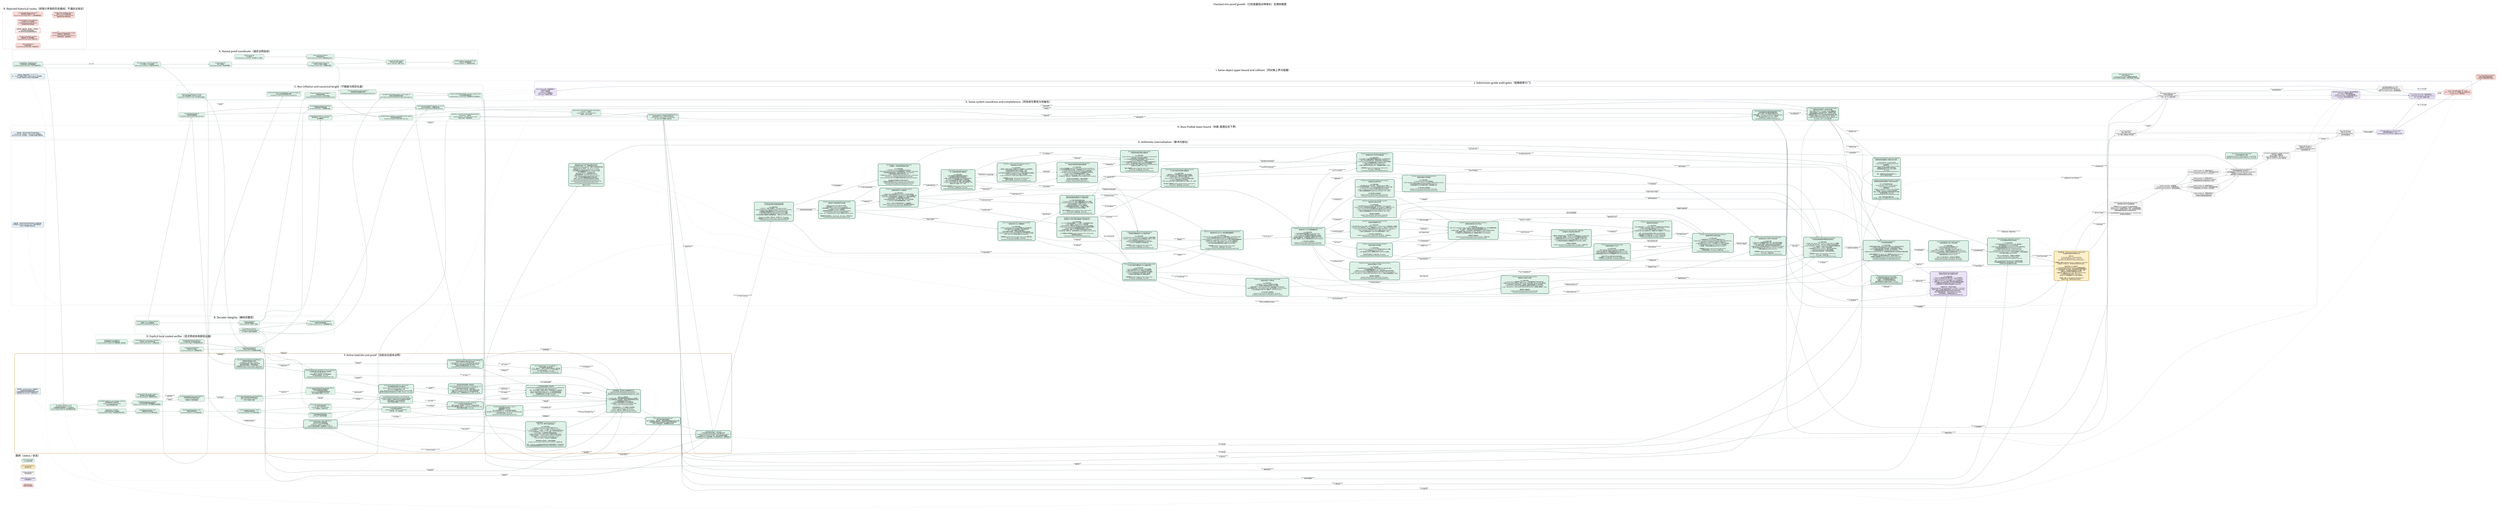
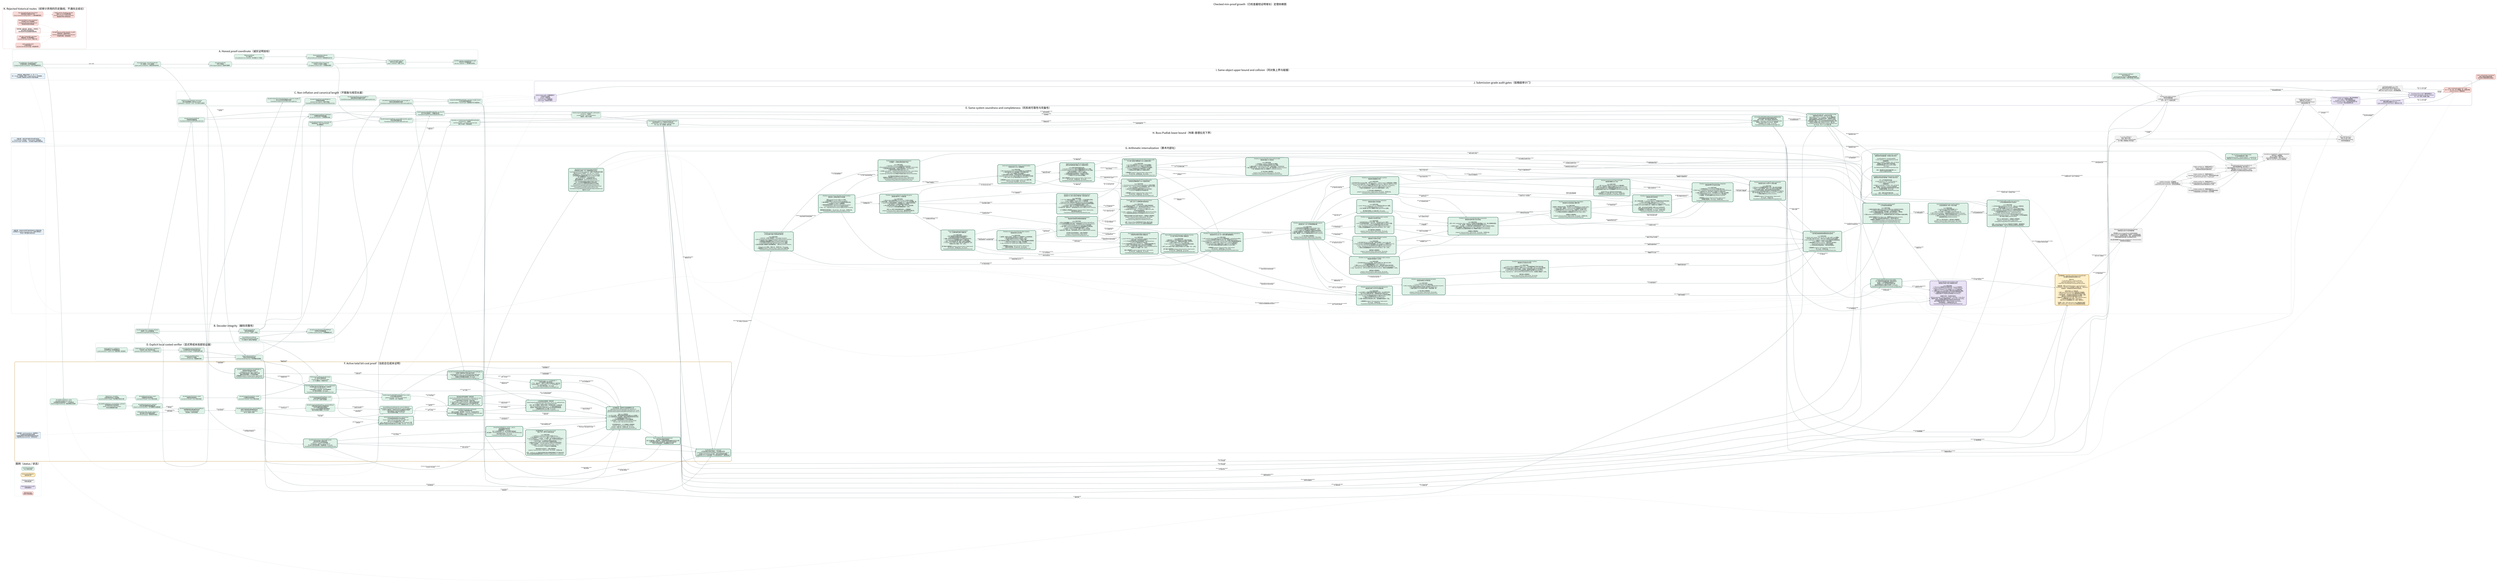
digraph CheckedMinProofDependencies {
  graph [
    rankdir=LR,
    bgcolor="white",
    compound=true,
    newrank=true,
    pad="0.35",
    nodesep="0.30",
    ranksep="0.62",
    fontname="Noto Sans CJK SC",
    fontsize=24,
    label="Checked min-proof growth（已检查最短证明增长）定理依赖图",
    labelloc="t",
    labeljust="c"
  ];
  node [
    shape=box,
    style="rounded,filled",
    fontname="Noto Sans CJK SC",
    fontsize=10.5,
    color="#526d75",
    fillcolor="#eef3f4",
    margin="0.14,0.09",
    penwidth=1.2
  ];
  edge [
    fontname="Noto Sans CJK SC",
    fontsize=8.5,
    color="#65777d",
    arrowsize=0.68,
    penwidth=1.05
  ];

  subgraph cluster_legend {
    label="图例（status / 状态）";
    color="#c8d1d4";
    style="rounded";
    done [label="Lean kernel checked\nLean 内核已检查", fillcolor="#dff2e8", color="#3f7c66"];
    active [label="Active proof obligation\n当前证明义务", fillcolor="#fff0c9", color="#b37a12", penwidth=2.2];
    pending [label="Pending root theorem\n待闭合根定理", fillcolor="#f3f3f3", color="#777777", style="rounded,filled,dashed"];
    audit [label="Axiom/dependency audit\n公理/依赖审计", fillcolor="#e9e3f5", color="#76639a"];
    rejected [label="Rejected route\n经审计弃用的路线", fillcolor="#f8d9d6", color="#a8443d", style="rounded,filled,dashed"];
  }

  subgraph cluster_coordinate {
    label="A. Honest proof coordinate（诚实证明坐标）";
    color="#8fb7aa";
    style="rounded";

    natcode [label="binaryNatCode / decodeBinaryNat\n自然数前缀码 / 自然数前缀解码\nescaped-bit prefix serialization（转义位前缀序列化）", fillcolor="#dff2e8"];
    syntaxcode [label="binaryTermCode + binaryFormulaCode\n项二进制码 + 公式二进制码\ntyped syntax serialization（类型化语法序列化）", fillcolor="#dff2e8"];
    sequentcode [label="binarySequentCode\n序列二进制码\nfinite sequent payload（有限序列载荷）", fillcolor="#dff2e8"];
    prooftree [label="CheckedPAProofTree.binaryCode\n已检查 PA 证明树二进制码\n10 sequent-calculus rules（十条相继式规则）", fillcolor="#dff2e8"];
    axiomcert [label="PAAxiomCertificate\nPA 公理证书\n23 constructors incl. induction（含归纳的 23 个构造）", fillcolor="#dff2e8"];
    structcert [label="StructuralValidityCertificate\n结构有效性证书\nall local witnesses counted（全部局部见证计长）", fillcolor="#dff2e8"];
    certifiedcode [label="binaryCertifiedPAProofCode\n带证书 PA 证明二进制码\nproof + certificate（证明 + 证书）", fillcolor="#dff2e8"];
    packedcode [label="packBinaryString / packedPayloadLength\n位串打包 / 有效载荷长度\nNat.size = payload + 1（自然数位长等式）", fillcolor="#dff2e8"];

    natcode -> syntaxcode [label="labels / 标签"];
    syntaxcode -> sequentcode;
    sequentcode -> prooftree;
    axiomcert -> structcert;
    prooftree -> certifiedcode;
    structcert -> certifiedcode;
    certifiedcode -> packedcode;
  }

  subgraph cluster_decoder {
    label="B. Decoder integrity（解码完整性）";
    color="#8fb7aa";
    style="rounded";

    typeddecoder [label="decodeCompactTerm / Formula / Sequent\n紧凑项 / 公式 / 序列解码器\nFoundationCompactPAProofVerifier.lean", fillcolor="#dff2e8"];
    proofdecoder [label="decodeCompactProof\n紧凑证明树解码器\nall 10 constructors（全部十个构造）", fillcolor="#dff2e8"];
    certdecoder [label="decodePAAxiomCertificate\ndecodeStructuralValidityCertificate\nPA 公理证书 / 结构证书解码器", fillcolor="#dff2e8"];
    packeddecoder [label="decodeCompactPackedCertifiedPAProof\n打包带证书证明解码器\nno hidden auxiliary witness（无隐藏辅助见证）", fillcolor="#dff2e8"];

    typeddecoder -> proofdecoder;
    certdecoder -> packeddecoder;
    proofdecoder -> packeddecoder;
  }

  subgraph cluster_size {
    label="C. Non-inflation and canonical length（不膨胀与规范长度）";
    color="#8fb7aa";
    style="rounded";

    structural [label="decodeCompactProof_parseWeight_le\n证明解码结构量界\nstructural non-inflation（结构不膨胀）\nFoundationCompactProofDecoderStructuralBound.lean", fillcolor="#dff2e8"];
    syntaxcanonical [label="decodeCompactTerm/Formula/Sequent_canonical_length_le\n项/公式/序列规范重编码长度界\nFoundationCompactCanonicalDecodeLength.lean", fillcolor="#dff2e8"];
    proofcanonical [label="decodeCompactProof_binaryLength_le\n完整证明树规范重编码长度界\nFoundationCompactProofCanonicalDecodeLengthComplete.lean", fillcolor="#dff2e8"];
    certcanonical [label="decodeStructuralValidityCertificate_binaryLength_le\n结构证书规范重编码长度界\nFoundationCompactCertificateCanonicalDecodeLength.lean", fillcolor="#dff2e8"];
    totalcanonical [label="compactCertifiedPAProofVerifier_canonical_length_bound\n公开验证器规范载荷总界\naccepted output <= honest input（接受输出不长于诚实输入）", fillcolor="#dff2e8"];
    transformsize [label="shift/free/neg/substitution size bounds\n移位/自由变量嵌入/否定/代入大小界\nsubstitution <= formula × term（代入至多公式乘项）", fillcolor="#dff2e8"];

    typeddecoder -> syntaxcanonical;
    proofdecoder -> structural;
    syntaxcanonical -> proofcanonical;
    certdecoder -> certcanonical;
    proofcanonical -> totalcanonical;
    certcanonical -> totalcanonical;
    syntaxcode -> transformsize;
  }

  subgraph cluster_explicit_local {
    label="D. Explicit local costed verifier（显式带成本局部验证器）";
    color="#8fb7aa";
    style="rounded";

    biteq [label="bitStringEqTrace / natEqTrace\n位串相等轨迹 / 自然数相等轨迹\nresult correctness + explicit cost（结果正确 + 显式成本）", fillcolor="#dff2e8"];
    bitset [label="bitStringMemTrace / SubsetTrace / SetEqTrace\n位串成员 / 包含 / 集合等价轨迹\nquadratic-style explicit bounds（二次型显式界）", fillcolor="#dff2e8"];
    formulalist [label="formulaEq/Mem/Subset/SetEqTrace\n公式相等/成员/包含/集合等价轨迹\ncode emission charged（公式码生成已计费）", fillcolor="#dff2e8"];
    listedtree [label="ListedCheckedPAProofTree\n列表序列 PA 证明树\npreserves decoded lists（保留解码列表）", fillcolor="#dff2e8"];
    listedcert [label="listedCertificateValidTrace\n列表证书有效性成本轨迹\nno Finset decide black box（无有限集判定黑箱）", fillcolor="#dff2e8"];

    biteq -> bitset;
    bitset -> formulalist;
    listedtree -> listedcert;
    formulalist -> listedcert;
    transformsize -> listedcert [label="local transforms\n局部变换"];
  }

  subgraph cluster_same_system {
    label="E. Same-system soundness and completeness（同系统可靠性与完备性）";
    color="#8fb7aa";
    style="rounded";

    listdecoder [label="decodeCompactListedProof\n列表保持证明解码器\nFoundationCompactListedProofDecoder.lean", fillcolor="#dff2e8"];
    projection [label="decodeCompactListedProof_toChecked\n列表解码投影到原检查器\n10-rule fuel induction（十规则燃料归纳）", fillcolor="#dff2e8"];
    localiff [label="listedCertificateValidTrace_toChecked_iff\n新局部轨迹 <-> 原 certificateValid\n语义精确等价", fillcolor="#dff2e8"];
    publiciff [label="listedCompactCertifiedPAProofVerifier_eq_true_iff\n新公开验证器接受 <-> 精确检查关系\nFoundationCompactListedCertifiedVerifier.lean", fillcolor="#dff2e8"];
    soundness [label="listedCompactCertifiedPAProofVerifier_toDerivation\nsoundness（可靠性）\naccepted code -> real PA Derivation2\n接受码 -> 真实 PA 推导", fillcolor="#dff2e8"];
    listencoder [label="decodeCompactListedProof_canonicalBinaryCode_append\n列表证明规范编码往返\nFoundationCompactListedProofEncoder.lean", fillcolor="#dff2e8"];
    completeness [label="derivation_to_listedCompactCertifiedPAProofVerifier\ncompleteness（完备性）\nreal PA derivation -> accepted canonical code\n真实 PA 推导 -> 规范接受码", fillcolor="#dff2e8"];
    predicate [label="Concrete P(x,y) / ListedCompactCertifiedPAProofChecks\n具体证明谓词 P(x,y) / 列表带证书检查关系\nsame formula + same checker + honest length\n同一公式 + 同一检查器 + 诚实长度", fillcolor="#dff2e8", penwidth=2.0];
    minmeasure [
      label="minListedCertifiedPAProofPayloadLength(formula)\n具体检查器诱导的最短完整载荷长度\n真实 PA 推导 -> 最小值由某个接受码实现\n任意接受码 -> minimum <= packedPayloadLength(code)\n接受码 -> 同公式真实 Derivation2（推导树）\n无项目级 proof_length；无 sorryAx\nFoundationCompactListedMinProofLength.lean",
      fillcolor="#dff2e8", color="#2f6f57", penwidth=2.8
    ];
    canonicalnormalize [
      label="P_canon(code, formulaCode) + canonical Bool verifier\n纯数值规范证明关系 + 规范布尔验证器\nBool verifier = true <-> P_canon，由 Lean 精确证明\n任意公开接受码 -> 同公式码规范码，完整载荷不增长\n最短完整载荷必由真实规范 proof + certificate 码实现\n全体码有限一致性 <-> 同 cutoff 的纯数值规范码有限一致性\n非规范/冗余编码不能人为压低 minimum（最小值）\nFoundationCompactListedCanonicalNormalization.lean\n无 sorryAx；仅三个 Lean 标准公理",
      fillcolor="#dff2e8", color="#2f6f57", penwidth=2.8
    ];

    typeddecoder -> listdecoder;
    listdecoder -> projection;
    proofdecoder -> projection;
    listedcert -> localiff;
    projection -> publiciff;
    localiff -> publiciff;
    packeddecoder -> publiciff;
    publiciff -> soundness;
    prooftree -> listencoder;
    listdecoder -> listencoder;
    listencoder -> completeness;
    listedcert -> completeness;
    soundness -> predicate;
    completeness -> predicate;
    predicate -> minmeasure [label="minimum over accepted codes\n对接受码取最小值"];
    completeness -> minmeasure [label="nonempty accepted set\n接受集合非空"];
    publiciff -> canonicalnormalize [label="decode every accepted code\n解码任意接受码"];
    listencoder -> canonicalnormalize [label="canonical re-encoding\n规范重编码"];
    totalcanonical -> canonicalnormalize [label="no payload growth\n载荷不增长"];
    minmeasure -> canonicalnormalize [label="minimum realized canonically\n最小值由规范码实现"];
  }

  subgraph cluster_cost_active {
    label="F. Active total bit-cost proof（当前总位成本证明）";
    color="#c18a27";
    style="rounded,bold";

    nattrace [label="decodeBinaryNatTrace_result\ndecodeBinaryNatTrace_cost_le\n自然数解码轨迹结果等价 + 二次位成本界\nNat.bit charged by Nat.size（按自然数位长收费）", fillcolor="#dff2e8", color="#3f7c66"];
    tracebind [label="OptionTrace + traceBind\n可选结果成本轨迹 + 轨迹绑定\nevery bind/failure charged（每次绑定/失败均计费）", fillcolor="#dff2e8", color="#3f7c66"];
    vectortrace [label="decodeManyVectorTrace_result\n向量解码轨迹结果等价\nLean kernel checked（Lean 内核已检查）", fillcolor="#dff2e8", color="#3f7c66"];
    termtrace [label="decodeCompactTermTrace_result\n项解码轨迹结果等价\nLean kernel checked（Lean 内核已检查）", fillcolor="#dff2e8", color="#3f7c66"];
    formulatrace [label="decodeCompactFormulaTrace_result\n公式解码轨迹结果等价\nLean kernel checked（Lean 内核已检查）", fillcolor="#dff2e8", color="#3f7c66"];
    prooftrace [label="decodeCompactListedProofTrace_result\n列表证明解码轨迹结果等价\nall 10 rules（全部十条规则）", fillcolor="#dff2e8", color="#3f7c66"];
    certtrace [label="PA/structural certificate decoder traces\nPA / 结构证书解码轨迹\n23 axiom tags + 4 recursive nodes\n23 个公理标签 + 4 种递归节点", fillcolor="#dff2e8", color="#3f7c66"];
    publictrace [label="listedCompactCertifiedPAProofVerifierTrace_result\n公开验证器轨迹结果等价\npacked envelope + formula + local checks\n打包外壳 + 公式 + 局部检查", fillcolor="#dff2e8", color="#3f7c66"];
    natpotential [label="decodeBinaryNatTrace_success/failure_potential\n自然数解码成功/失败势能界\nquartic consumed-prefix invariant\n四次已消费前缀不变量", fillcolor="#dff2e8", color="#3f7c66"];
    vectorpotential [label="decodeManyVectorTrace_potential\n任意长度向量解码摊还势能定理\ndisjoint consumed prefixes（互不重叠的已消费前缀）", fillcolor="#dff2e8", color="#3f7c66"];
    symbolcharge [label="arithmeticFunc/Rel_decode_charge_le\n算术函数/关系符号解码收费界\nfinite ORing language（有限有序环语言）", fillcolor="#dff2e8", color="#3f7c66"];
    termpotential [label="decodeCompactTermTrace_parserCostBound\n紧凑项解码器全路径摊还成本界\nsuccess + every failure path\n成功路径 + 全部失败路径", fillcolor="#dff2e8", color="#3f7c66"];
    formulapotential [label="decodeCompactFormulaTrace_parserCostBound\n紧凑公式解码器全路径摊还成本界\natoms / connectives / quantifiers\n原子式 / 联结词 / 量词", fillcolor="#dff2e8", color="#3f7c66"];
    proofpotential [
      label="decodeCompactListedProofTrace_parserCostBound\n列表证明树全路径四次势能成本界\n十条 PA 相继式规则全部通过\nand/cut 二叉子证明势能已望远镜相消\n成功/失败路径全覆盖；无 sorryAx",
      fillcolor="#dff2e8", color="#3f7c66"
    ];
    certpotential [
      label="decodePAAxiomCertificateTrace_parserCostBound\ndecodeStructuralValidityCertificateTrace_parserCostBound\n23 种 PA 公理标签 + 4 种递归证书节点全路径四次势能界\n归纳公理体和二元证书树已摊还闭合\n成功/失败路径全覆盖；无 sorryAx",
      fillcolor="#dff2e8", color="#3f7c66", penwidth=2.2
    ];
    packedcost [
      label="packed proof/formula decoder cost bounds\n打包证明/公式解码器成本界\n证明+证书串联、末位哨兵、dropLast、空后缀全部闭合\n两个公开打包解码器均不超过 2 × decoderPotential(Nat.size code)\n成功/失败路径全覆盖；无 sorryAx",
      fillcolor="#dff2e8", color="#2f6f57", penwidth=2.8
    ];
    transformcode [
      label="transformation binary-code length bounds\n语法变换完整二进制码长界\nshift/free/neg 均至多线性膨胀\nsubstitution：|phi[t]| <= 3(F+1)(W+1)F\n含 qpow 量词深度预算；无隐藏参数；无 sorryAx\nFoundationCompactSyntaxTransformationCodeBounds.lean",
      fillcolor="#dff2e8", color="#2f6f57", penwidth=2.8
    ];
    negtrace [
      label="binaryFormulaNegTrace_result / _cost_le\n否定变换真实递归轨迹\n结果精确等于 ∼formula\n每个公式构造收费一步；原子项向量不重复遍历\n执行成本 <= formulaSymbolCount <= |binaryFormulaCode(formula)|\n单文件探针已通过；无 sorryAx\nFoundationCompactSyntaxNegationTrace.lean",
      fillcolor="#dff2e8", color="#2f6f57", penwidth=2.8
    ];
    axmjoint [
      label="axm comparator input <= 2 * jointWeight + 1\n公理比较器输入联合坐标界\n上下文、候选句子、完整 PA 公理证书均落在同一诚实位权\ncertificateBits + sentenceBits + 1 <= 2 * jointWeight + 1\n四个坐标引理已通过；无 sorryAx\nFoundationCompactListedAxiomJointWeight.lean",
      fillcolor="#dff2e8", color="#2f6f57", penwidth=2.8
    ];
    honestproof [
      label="decodeCompactListedProof_honestWeight_le\n列表保持证明树诚实位权界\nweight(tree) + 8|suffix| <= 8|input|\n十条 PA 规则全部闭合；重复公式逐个计费\n覆盖任意成功解码，不只是规范编码\n公理画像仅 propext / Classical.choice / Quot.sound\nFoundationCompactListedProofHonestWeight.lean",
      fillcolor="#dff2e8", color="#2f6f57", penwidth=2.8
    ];
    honestcert [
      label="decodeCompactPackedListedCertifiedPAProof_honestWeight_le\n证明树+完整结构证书联合诚实位权界\njointWeight(tree,cert) <= 8 * packedPayloadLength(code)\nPA 公理证书 23 标签及递归证书全部由实际输入位计费\n无辅助见证和隐藏长度参数；无 sorryAx\nFoundationCompactListedCertifiedHonestWeight.lean",
      fillcolor="#dff2e8", color="#2f6f57", penwidth=2.8
    ];
    localprimitives [
      label="formulaEq/Mem/Subset/SetEqTrace_cost_le_polynomial\n公式相等/成员/包含/集合等价统一位成本界\nP(w) = 4 + 2(w+3)^2 + w\nw 是全部输入公式码位权，包含列表重复项\n四个端点全部通过；无 sorryAx\nFoundationCompactListedLocalCostPrimitives.lean",
      fillcolor="#dff2e8", color="#2f6f57", penwidth=2.8
    ];
    localbranches9 [
      label="10/10 listedCertificateValidTrace cost branches\n十条证明规则局部成本分支全部闭合\nclosed / verum / and / or / all / exs / wk / shift / cut：\n由 P(G(w)) 及生成语法界统一计费\naxm：由 A(w)=K*(2w+1)^12 的真实 guarded comparator 计费\n最终每节点固定多项式包络已由 Lean 检查；无 haxm、无 sorryAx",
      fillcolor="#dff2e8", color="#2f6f57", penwidth=2.8
    ];
    localinduction [
      label="联合坐标内部归纳骨架 + 具体实例\nlistedCertificateValidTrace_jointCost_le_polynomial_of_axm\nguardedListedCertificateValidTrace_jointCost_le\n十规则证明树/证书同步统一归纳已通过\nb = proofWeight + certificateWeight（证明+证书联合位权）\n抽象 haxm 已由真实 guarded axm 成本定理具体消除\n公开实例无 haxm；公理画像仅标准 Lean 公理；无 sorryAx",
      fillcolor="#dff2e8", color="#2f6f57", penwidth=2.8
    ];
    publicskeleton [
      label="公开总成本内部骨架 + 具体实例\nlistedCompactCertifiedPAProofVerifierTrace_cost_le_of_certificateTrace\ns = Nat.size(code) + Nat.size(formulaCode)\n合并：两个打包解码、局部证书检查、结论集合比较、公式码比较\nQ(s)=4*decoderPotential(s)+L(s)+1，L(s) 是显式固定多项式\n原先唯一内部证书成本义务现已由 guarded 联合成本定理消除\n公理画像仅标准 Lean 公理；无 sorryAx\nFoundationCompactListedPublicCostSkeleton.lean",
      fillcolor="#dff2e8", color="#2f6f57", penwidth=2.8
    ];
    publiccost [
      label="【主终端完成：具体带守卫检查器最终汇合】\nguardedListedCertificateValidTrace_jointCost_le\nguardedListedCompactCertifiedPAProofVerifierTrace_result\nguardedListedCompactCertifiedPAProofVerifierTrace_cost_le\n\n已由 Lean 内核检查：\n1. axm 的 23 标签、接受/拒绝路径和候选长度 guard 全部统一；\n2. axm 局部成本进入与证明树、结构证书相同的诚实联合位权；\n3. 十规则整树成本不再带 haxm；\n4. 公开轨迹结果精确等于公开验证器结果；\n5. 总位成本 <= listedPublicVerifierCostPolynomial(\n   Nat.size code + Nat.size formulaCode)。\n\n定向构建退出码 0；五个关键端点公理画像仅\npropext / Classical.choice / Quot.sound。\n无 haxm、无输入包、无项目公设、无 sorryAx。\nFoundationCompactListedGuardedAxiomCost.lean",
      fillcolor="#dff2e8", color="#2f6f57", penwidth=2.8
    ];
    amortized [label="Success/failure total potential bound\n成功/失败全路径总势能界\n两个打包解码器、语法变换、十规则局部检查和最终比较均已计费\n公开轨迹的所有输入对均满足同一固定多项式位成本界\n不是只分析接受路径；无隐藏辅助见证长度", fillcolor="#dff2e8", color="#2f6f57", style="rounded,filled", penwidth=2.8];
    costnote [shape=note, label="关键注释：result equivalence（结果等价）\n只证明轨迹没有改掉验证结果；\n必须再证明成功/失败全路径的固定多项式界，\n才能声称 polynomial time（多项式时间）。", fillcolor="#e8f1f8", color="#4e7892"];
    transformtrace [label="【共享终端完成：guarded axiom trace】\n移位 / 代入 / 带守卫公理比较轨迹\n\nLean 内核已检查：\n1. shift/free/substitution/list/fixitr 的真实 QTrace；\n2. fixitr 输出码长 <= 4*(L+1)^2；成本 <= 128*(m+L+1)^2*L；\n3. succInd 四次代入、三次否定、三个析取、两个全称量词全部真实执行；\n4. succInd 输出码长 <= 10^7*(L+1)^4；成本 <= 10^11*(L+1)^12；\n5. guard 完备：合法相等候选不会被提前拒绝；\n6. 接受分支 fixitr/allClosure/formulaEq 与拒绝分支总成本均闭合；\n7. 全部 23 标签统一：true iff certificate.sentence = candidate；\n8. 总成本 <= K*(certificateBits+sentenceBits+1)^12，\n   K=10^30+(3B+4)，B 为显式 26 句固定预算。\n\n两条验收命令退出码 0；关键公理画像仅\npropext / Classical.choice / Quot.sound；无 sorryAx、无项目公设。\n\n边界：certificate-only 直接生成完整归纳句在稀疏变量编号下不可能多项式；\n本节点完成的是保持接受关系的 candidate-length guarded comparator。", fillcolor="#dff2e8", color="#2f6f57", style="rounded,filled", penwidth=2.8];
    polytime [label="VerifierBitCost(x,y) <= p(|x|+|y|)\n公开验证器总位成本不超过一个显式固定多项式\nguardedListedCompactCertifiedPAProofVerifierTrace_cost_le\n对全部 code/formulaCode 成立，成功与失败路径均覆盖\n这里是项目 QTrace 位成本模型；PA 内短证明仍由下一簇单独完成", fillcolor="#dff2e8", color="#2f6f57", style="rounded,filled", penwidth=2.8];

    natcode -> nattrace;
    nattrace -> tracebind;
    tracebind -> vectortrace;
    vectortrace -> termtrace;
    termtrace -> formulatrace;
    formulatrace -> prooftrace;
    certdecoder -> certtrace;
    formulatrace -> certtrace;
    prooftrace -> publictrace;
    certtrace -> publictrace;
    publictrace -> amortized [label="exact behavior first\n先固定精确行为"];
    nattrace -> natpotential;
    natpotential -> vectorpotential;
    vectorpotential -> termpotential [label="argument vectors\n参数向量"];
    symbolcharge -> termpotential [label="finite symbol decoding\n有限符号解码"];
    termpotential -> formulapotential [label="terms inside atoms\n原子式中的项"];
    formulapotential -> proofpotential [label="formulas inside sequents\n序列中的公式"];
    proofpotential -> certpotential [label="proof/certificate alignment\n证明树/证书树对齐"];
    formulapotential -> certpotential [label="induction body\n归纳公理体"];
    certpotential -> packedcost [label="proof + certificate stream\n证明 + 证书串"];
    publictrace -> packedcost [label="same executable result\n同一可执行结果"];
    packedcost -> publiccost [label="decoded objects\n已解码对象"];
    transformsize -> transformcode [label="from symbol count to full bits\n从符号数提升到完整位长"];
    transformcode -> negtrace [label="input bit-length control\n输入位长控制"];
    negtrace -> publiccost [label="closed/cut negation charge\n闭合/切规则否定计费"];
    transformcode -> publiccost [label="generated-code bounds\n生成公式码长界"];
    listdecoder -> honestproof [label="all successful parses\n全部成功解码"];
    honestproof -> honestcert [label="proof-tree charge\n证明树计费"];
    certcanonical -> honestcert [label="full certificate bits\n完整证书位"];
    honestcert -> publiccost [label="joint decoded-data bound\n联合解码数据界"];
    honestcert -> axmjoint [label="proof + certificate coordinate\n证明 + 证书坐标"];
    axmjoint -> publiccost [label="guarded comparator input bound\n带守卫比较器输入界"];
    listedcert -> localprimitives [label="exact trace costs\n精确轨迹成本"];
    honestproof -> localprimitives [label="duplicate-preserving weights\n保留重复项位权"];
    localprimitives -> publiccost [label="uniform quadratic bound\n统一二次界"];
    localprimitives -> localbranches9 [label="per-rule instantiation\n逐规则实例化"];
    transformcode -> localbranches9 [label="generated syntax bounds\n生成语法界"];
    localbranches9 -> publiccost [label="nine checked branches\n九条已检查分支"];
    localbranches9 -> localinduction [label="structural aggregation\n结构汇总"];
    localinduction -> publiccost [label="haxm concretely discharged\nhaxm 已由具体定理消除"];
    localinduction -> publicskeleton [label="local certificate polynomial\n局部证书多项式"];
    packedcost -> publicskeleton [label="two packed decoder bounds\n两个打包解码界"];
    honestcert -> publicskeleton [label="decoded joint weight\n解码联合位权"];
    publicskeleton -> publiccost [label="concrete discharge checked\n具体消义务已检查"];
    listedcert -> publiccost [label="explicit local checks\n显式局部检查"];
    publiccost -> amortized;
    totalcanonical -> amortized [label="consumed-length control\n消费长度控制"];
    costnote -> amortized [style=dotted, arrowhead=none, constraint=false];
    transformcode -> transformtrace;
    transformtrace -> publiccost [label="guarded axm + shift/free/substitution costs\n带守卫公理 + 移位/自由化/代入成本"];
    amortized -> polytime;
    transformtrace -> polytime;
    totalcanonical -> polytime [label="input/output length control\n输入输出长度控制"];
    listedcert -> polytime [label="local cost bounds\n局部成本界"];
    predicate -> polytime [label="exact executable relation\n精确可执行关系"];
  }

  subgraph cluster_internalization {
    label="G. Arithmetic internalization（算术内部化）";
    color="#9a9a9a";
    style="rounded,dashed";

    listedconmeta [label="ListedCertifiedFiniteConsistencyAt(k)\n同一列表保持验证器的有限一致性元层语义\n无长度 <= k 的完整载荷码被接受为 ⊥\n普通及 2^(A*n) 放大版本无条件为真\n接受反向恢复同公式真实 PA 推导；无 sorryAx\nFoundationCompactListedFiniteConsistencyTarget.lean", fillcolor="#dff2e8", color="#2f6f57", penwidth=2.8];
    arithinput [label="Primitive-recursive packed input layer\n公开验证器打包输入的原始递归算术层\n\nLean 内核已检查：\n1. Nat.bits（小端二进制展开）为 primitive recursive；\n2. getLast?/dropLast 与 sentinel payload peel 均为 primitive recursive；\n3. 剥离成功 iff 输入精确等于 packBinaryString(payload)；\n4. 新剥离器结果精确等于现有 packedPayloadTrace 结果；\n5. decodeBinaryNat 已由 right-fold state machine 重建；\n6. 新状态机逐输入精确等于原前缀解码器，二者均为 primitive recursive。\n\n无 typed syntax 假设、无输入包、无项目公设、无 sorryAx；\n公理画像仅 propext / Classical.choice / Quot.sound 或其子集。\nFoundationCompactListedVerifierArithmeticInput.lean", fillcolor="#dff2e8", color="#2f6f57", penwidth=2.8];
    tokenstream [label="Primitive-recursive binary-Nat token stream machine\n原始递归二进制自然数记号流机器\n\n具体 bounded iterator 已由 Lean 检查：\n1. 状态明确区分 running / failed / accepted；\n2. 每步调用同一个 decodeBinaryNat 并保留真实剩余位串；\n3. 总步数由 inputBits+1 明确限制；\n4. 最终结果逐位串等于 repeated-prefix reference parser；\n5. binaryNatCode token stream 的规范往返成立；\n6. step、run、output 和 reference parser 全部 primitive recursive。\n\n覆盖畸形和非规范输入；无 rawCode、无 sorryAx、无项目公设。\nFoundationCompactBinaryNatStreamMachine.lean", fillcolor="#dff2e8", color="#2f6f57", penwidth=2.8];
    bitsync [label="Exact noncanonical bit/token stream synchronization\n非规范位流与 token 流精确同步\n\nLean 内核已检查：\n1. 定义 repeated decodeBinaryNat 的精确 token/位后缀关系；\n2. 关系可按任意 token 前后缀唯一切分并重新合成；\n3. 同一 token 前缀留下的位后缀唯一；\n4. 规范位编码只是特例，不把非规范高位零误判为规范码；\n5. bounded stream decoder 成功 iff 全部 token 恰好消费至空位后缀；\n6. 每个 token-list split 都对应真实 bit boundary。\n\n公理画像仅 propext / Classical.choice / Quot.sound 或其子集；\n无 canonical-input 假设、无 sorryAx。\nFoundationCompactBinaryNatStreamSynchronization.lean", fillcolor="#dff2e8", color="#2f6f57", penwidth=2.8];
    syntaxparser [label="Primitive-recursive arithmetic term/formula parser\n原始递归算术项 / 公式解析器\n\nLean 内核已检查：\n1. 纯 Nat token 状态机覆盖 bvar/fvar/func 与全部公式构造；\n2. 有序环函数、关系符号码与 typed decoder 的 decode₂ 条件精确一致；\n3. repeat frame 逐项处理参数，不按稀疏 arity 一次展开巨型任务表；\n4. 每个真实项 / 公式都有精确执行步数定理；\n5. 执行步数不超过真实 token 长度，固定二次 fuel 必然足够；\n6. 公开 parser 对规范编码精确返回同一 suffix。\n\n定向 Lean 探针与目标构建退出码 0；公理画像仅\npropext / Classical.choice / Quot.sound；静态禁用项扫描为空。\nFoundationCompactSyntaxTokenMachine.lean", fillcolor="#dff2e8", color="#2f6f57", penwidth=2.8];
    syntaxinversion [label="Exact arbitrary-input syntax inversion\n项 / 公式解析器任意输入精确反演\n\nLean 内核已检查：\n1. 每个纯数值任务栈都有类型化前缀语义；\n2. 每次数值状态转换反向保持该语义；\n3. 函数 / 关系符号有效码恢复同 arity 的真实有序环符号；\n4. repeat frame 恢复精确长度的 Fin 参数向量；\n5. 成功、失败及畸形输入统一由同一后向不变量覆盖；\n6. numeric parser 返回 suffix iff 输入等于某真实项 / 公式\n   的规范 token 前缀 ++ 同一 suffix。\n\n两个端点公理画像仅 propext / Classical.choice / Quot.sound；\n无 rawCode、无项目公设、无 sorryAx。\nFoundationCompactSyntaxTokenMachineInversion.lean", fillcolor="#dff2e8", color="#2f6f57", penwidth=2.8];
    syntaxbitsync [label="Typed syntax decoder iff exact token prefix\n类型化语法解码器与精确 token 前缀双向等价\n\nLean 内核已检查任意成功位串：\n1. decodeCompactTerm 成功 iff 精确消费该项 token 前缀；\n2. decodeCompactFormula 成功 iff 精确消费该公式 token 前缀；\n3. 两方向均保留同一个真实 bit suffix；\n4. 函数/关系符号代码由 decode₂ 精确恢复；\n5. 任意有限参数向量逐项同步，不隐藏 arity 展开；\n6. 非规范 binaryNat 表示完全覆盖。\n\n端点公理画像仅 propext / Classical.choice / Quot.sound；\n无 rawCode、无项目公设、无 sorryAx。\nFoundationCompactSyntaxBitTokenSynchronization.lean", fillcolor="#dff2e8", color="#2f6f57", penwidth=2.8];
    closedformula [label="Primitive-recursive closed-formula token machine\n原始递归闭公式记号机\n\nLean 内核已检查：\n1. 复用同一紧凑公式语法，但所有 term 位置遇到 fvar 标签即拒绝；\n2. 每次成功恢复真实类型化公式及同一 suffix；\n3. 恢复公式的 freeVariables 严格等于空集；\n4. 每个真实闭公式及每个 ArithmeticSentence 的嵌入规范编码必被接受；\n5. 成功 iff 闭公式规范 token 前缀，双向精确；\n6. step / bounded run / public parser 全部 primitive recursive。\n\n公理画像仅 propext / Classical.choice / Quot.sound；\n无额外闭性参数、无 rawCode、无 sorryAx。\nFoundationCompactClosedFormulaTokenMachine.lean", fillcolor="#dff2e8", color="#2f6f57", penwidth=2.8];
    proofparser [label="Primitive-recursive listed-proof structural parser\n原始递归列表保持证明树结构解析器\n\nLean 内核已检查：\n1. 纯 Nat 任务栈覆盖 closed/axm/verum/and/or/all/exs/wk/shift/cut；\n2. axm 标签现调用独立闭公式机，不再把普通 proposition 当 sentence；\n3. sequent cardinality 由 repeat-formula frame 逐项消费；\n4. 每个真实 ListedCheckedPAProofTree 都有精确执行步数定理；\n5. and/cut 左右子证明按编码顺序消费同一 suffix；\n6. 总步数 <= 2*tokenLength，固定二次 fuel 必然足够；\n7. 十标签分派、闭句分支、总状态机和公开 parser 全部 primitive recursive。\n\n定向探针及目标构建通过；关键公理画像仅\npropext / Classical.choice / Quot.sound。\nFoundationCompactProofTokenMachine.lean", fillcolor="#dff2e8", color="#2f6f57", penwidth=2.8];
    proofinversion [label="Exact arbitrary-input listed-proof inversion\n列表保持证明树任意输入精确反演\n\nLean 内核已检查：\n1. proof / formula / term / repeat-formula / sequent / closed-formula\n   六类任务统一具有类型化前缀语义；\n2. 十个节点标签的每条反向分支均恢复同一 typed proof tree；\n3. and/cut 严格恢复左右子树次序；\n4. axm 分支恢复真实 ArithmeticSentence，不接受含自由变量公式；\n5. 成功、失败及畸形输入由同一后向状态不变量覆盖；\n6. proof token parser 成功 iff 输入为某真实 ListedCheckedPAProofTree\n   的规范 token 前缀 ++ 同一 suffix。\n\n端点公理画像仅 propext / Classical.choice / Quot.sound；\n无 rawCode、无项目公设、无 sorryAx。\nFoundationCompactProofTokenMachineInversion.lean", fillcolor="#dff2e8", color="#2f6f57", penwidth=2.8];
    certparser [label="Primitive-recursive PA/structural certificate parsers\n原始递归 PA 公理 / 结构证书解析器（规范完备方向）\n\nLean 内核已检查：\n1. 23 个 PA 公理标签全部覆盖；0..21 固定，3/4 校验函数/关系码；\n2. tag 22 调用同一 binder-arity-1 公式解析器；\n3. 新 PA 证书 token 编码逐证书等于旧 binary code 的 Nat 前缀流；\n4. leaf/axiomCert/unary/binary 四类结构证书由显式任务栈递归解析；\n5. binary 左右子证书按编码顺序消费同一 suffix；\n6. 线性步数界、固定二次 fuel 和两个规范往返端点均已闭合；\n7. PA 标签分派、结构节点、总状态机和公开 parser 全部 primitive recursive。\n\n七个关键端点公理画像仅 propext / Classical.choice / Quot.sound；\n静态禁用项扫描为空。\nFoundationCompactCertificateTokenMachine.lean", fillcolor="#dff2e8", color="#2f6f57", penwidth=2.8];
    certinversion [label="Exact arbitrary-input PA/structural certificate inversion\nPA 公理 / 结构证书任意输入精确反演\n\nLean 内核已检查：\n1. 固定标签 0..21 逐项恢复对应 PA 公理证书构造器；\n2. 标签 3/4 恢复同 arity、同编码的真实函数 / 关系符号；\n3. 标签 22 恢复 binder-arity-1 归纳公式；\n4. leaf / axiomCert / unary / binary 四类节点全部反向恢复；\n5. binary 严格恢复左右子证书顺序；\n6. 两个 parser 成功 iff 输入为真实证书规范 token 前缀 ++ 同一 suffix。\n\n两个端点公理画像仅 propext / Classical.choice / Quot.sound；\n无 rawCode、无项目公设、无 sorryAx。\nFoundationCompactCertificateTokenMachineInversion.lean", fillcolor="#dff2e8", color="#2f6f57", penwidth=2.8];
    proofbitsync [label="Listed proof typed decoder iff exact token prefix\n列表保持证明解码器与 token 前缀双向等价\n\nLean 内核已检查：\n1. closed/axm/verum/and/or/all/exs/wk/shift/cut 十规则全覆盖；\n2. sequent、term、formula 与左右子证明保留同一真实 bit suffix；\n3. axm 分支恢复同一 ArithmeticSentence；\n4. 成功方向与完备方向均覆盖非规范 binaryNat 表示；\n5. and/cut 严格保留左右子树消费次序。\n\n公理画像仅 propext / Classical.choice / Quot.sound；\n无 rawCode、无项目公设、无 sorryAx。\nFoundationCompactProofBitTokenSynchronization.lean", fillcolor="#dff2e8", color="#2f6f57", penwidth=2.8];
    certbitsync [label="PA/structural certificate typed decoder iff exact token prefix\nPA 公理 / 结构证书解码器与 token 前缀双向等价\n\nLean 内核已检查：\n1. 23 个 PA 公理标签及 induction 公式体全部覆盖；\n2. 函数/关系符号由 decode₂ 恢复同 arity 真实符号；\n3. leaf/axiomCert/unary/binary 四类递归证书全覆盖；\n4. binary 严格保留左右证书顺序及同一位后缀；\n5. 任意成功位串与精确 token 前缀双向等价。\n\n公理画像仅 propext / Classical.choice / Quot.sound；\n无 rawCode、无项目公设、无 sorryAx。\nFoundationCompactCertificateBitTokenSynchronization.lean", fillcolor="#dff2e8", color="#2f6f57", penwidth=2.8];
    packedtokensync [label="Primitive-recursive packed stream + exact typed-decoder equivalence\n原始递归打包 token 流 + 类型化解码器精确等价\n\nLean 内核已检查：\n1. 公开 code 的 sentinel 哨兵位与 payload 剥离使用同一 packedPayloadBits；\n2. payload 逐前缀转为完整 Nat token 流，流函数已证 Primrec；\n3. listed proof tokens ++ structural certificate tokens 按公开解码顺序精确拼接；\n4. 证明码 token 流成功 iff 同一 typed proof + certificate 解码成功；\n5. formulaCode token 流成功 iff 同一 typed formula 解码成功；\n6. 两个等价均保留全载荷消费与非规范 binaryNat 表示。\n\n公理画像仅 propext / Classical.choice / Quot.sound；\n无 rawCode、无项目公设、无 sorryAx。\nFoundationCompactListedPackedBitTokenSynchronization.lean", fillcolor="#dff2e8", color="#2f6f57", penwidth=2.8];
    numericvalues [label="Primitive-recursive term/formula/sequent value parsers\n原始递归项 / 公式 / 序列数值值解析器\n\nLean 内核已检查：\n1. 在结构判断同时保留精确 canonical token slice；\n2. term 与 formula 解析返回已消费值及同一 suffix；\n3. sequent 按首 token 的基数逐公式解析并保持原顺序；\n4. 规范输入精确往返；任意成功输入恢复真实 typed syntax；\n5. 单值、重复值、sequent 总解析器全部 primitive recursive。\n\n九个审计端点公理画像仅\npropext / Classical.choice / Quot.sound；无 sorryAx。\nFoundationCompactNumericSyntaxValueParser.lean", fillcolor="#dff2e8", color="#2f6f57", penwidth=2.8];
    numericchecks [label="Primitive-recursive numeric formula-list checks\n原始递归数值公式列表检查\n\nLean 内核已检查：\n1. canonical formula token 编码单射；\n2. token equality / membership / subset / set equality 全部 primitive recursive；\n3. 四个结果在任意规范公式列表上逐点等于 typed trace；\n4. 重复元素按 Finset 外延语义处理，与原检查器一致。\n\n九个审计端点公理画像仅\npropext / Classical.choice / Quot.sound；无 sorryAx。\nFoundationCompactNumericFormulaListChecks.lean", fillcolor="#dff2e8", color="#2f6f57", penwidth=2.8];
    numericconstructors [label="Primitive-recursive direct formula constructors\n原始递归直接公式构造器\n\nLean 内核已检查：\n1. verum / falsum / and / or / all / exs 六种构造全为纯 token 函数；\n2. 六个函数全部 primitive recursive；\n3. 每个规范输入逐 token 精确等于真实 typed formula 编码。\n\n审计端点仅依赖 Lean 标准公理；无 sorryAx。\nFoundationCompactNumericFormulaConstructors.lean", fillcolor="#dff2e8", color="#2f6f57", penwidth=2.8];
    numericnegation [label="Primitive-recursive formula-negation token machine\n原始递归公式否定记号机\n\nLean 内核已检查：\n1. 运行状态只有 Nat 与 Nat 列表，不把 typed syntax 当输入；\n2. term 记号逐项原样复制，八种 formula 标签执行真实 De Morgan 对偶；\n3. term / term-list / formula 的完整任务执行语义均已闭合；\n4. step、bounded run 与公开 transform 全部 primitive recursive；\n5. 规范公式前缀精确返回 negated formula tokens + 同一 suffix。\n\n两个最终端点公理画像仅\npropext / Classical.choice / Quot.sound；无 sorryAx。\nFoundationCompactNumericFormulaNegation.lean", fillcolor="#dff2e8", color="#2f6f57", penwidth=2.8];
    numericshift [label="Primitive-recursive formula-shift token machine\n原始递归公式移位记号机\n\nLean 内核已检查：\n1. 运行状态只有 Nat 与 Nat 列表，逐任务消费同一 parser token 流；\n2. bound variable 与全部结构标签原样保留，free variable [1,i] 精确变为 [1,i+1]；\n3. term / term-list / formula 的完整执行语义逐点等于 Rewriting.shift；\n4. step、bounded run 与公开 transform 全部 primitive recursive；\n5. 规范公式前缀精确返回 shifted formula tokens + 同一 suffix。\n\n最终端点公理画像仅\npropext / Classical.choice / Quot.sound；无 sorryAx。\nFoundationCompactNumericFormulaShift.lean", fillcolor="#dff2e8", color="#2f6f57", penwidth=2.8];
    numericfree [label="Primitive-recursive formula-free token machine\n原始递归公式自由化记号机\n\nLean 内核已检查：\n1. source arity n+1 精确降到 target arity n，任务栈携带量词下真实当前元数；\n2. 最后 bound variable 变为 &0，较早 bound variable 保持，旧 free variable 取后继；\n3. 仅消费长度为 2 的真实变量头，空消费、失败路径及函数头均不会误触发；\n4. term / term-list / formula 沿元数等式的完整语义逐点等于 Rewriting.free；\n5. step、bounded run、公开 transform 均 primitive recursive，规范输入保留同一 suffix。\n\n最终端点公理画像仅\npropext / Classical.choice / Quot.sound；无 sorryAx。\nFoundationCompactNumericFormulaFree.lean", fillcolor="#dff2e8", color="#2f6f57", penwidth=2.8];
    numericsubstitution [label="Primitive-recursive one-variable substitution token machine\n原始递归单变量代入记号机\n\nLean 内核已检查：\n1. 运行状态只有 Nat 与 Nat 列表，见证项以固定 token 输入进入迭代；\n2. 任务栈精确跟踪量词下 source arity 1+d；\n3. 最后 bound variable 替换为完整闭见证 token，其余变量与结构头原样保留；\n4. term / term-list / formula 完整执行语义逐 token 等于 ((Rew.subst ![w]).qpow d)；\n5. step、bounded run、公开 transform 均 primitive recursive，规范公式前缀保留同一 suffix。\n\n最终端点公理画像仅\npropext / Classical.choice / Quot.sound；无 sorryAx。\nFoundationCompactNumericFormulaSubstitution.lean", fillcolor="#dff2e8", color="#2f6f57", penwidth=2.8];
    numericfixitr [label="Primitive-recursive formula-fixitr token machine\n原始递归变量捕获记号机\n\nLean 内核已检查：\n1. 运行状态只有 Nat 与 Nat 列表，任意 base arity n、capture count m 与量词深度 d 均覆盖；\n2. bound variable 保持不变；free i<m 精确变为 bound n+d+i；其余 free i 变为 free (i-m)；\n3. term / term-list / formula 完整执行语义逐 token 等于 ((Rew.fixitr n m).qpow d)；\n4. step、bounded run 与公开 transform 全部 primitive recursive；\n5. 规范公式前缀返回同一 typed fixitr 结果并保留同一 suffix。\n\n十个审计端点公理画像至多为\npropext / Classical.choice / Quot.sound；无 sorryAx、无项目公设。\nFoundationCompactNumericFormulaFixitr.lean", fillcolor="#dff2e8", color="#2f6f57", penwidth=2.8];
    numericsuccind [label="Primitive-recursive succInd(body) token construction\n原始递归后继归纳公式记号构造\n\nLean 内核已检查：\n1. 每个 shift / substitution / fixitr / negation 子变换必须完整消费输入公式，禁止忽略畸形尾部；\n2. 零、开放零、开放后继三类见证均为固定纯数值 token；\n3. 四条代入执行、三次否定、三个析取与两个全称量词均在同一 Option 失败语义中组合；\n4. 整个函数输入/输出只有 Nat 与 List Nat，且已证 primitive recursive；\n5. 任意规范 body 的最终结果逐 token 精确等于原定义 succInd(body)。\n\n关键端点公理画像仅\npropext / Classical.choice / Quot.sound；无 sorryAx、无项目公设。\nFoundationCompactNumericSuccIndSentence.lean", fillcolor="#dff2e8", color="#2f6f57", penwidth=2.8];
    numericfvsup [label="Primitive-recursive formula fvSup computation\n原始递归公式自由变量上确界计算\n\nLean 内核已检查：\n1. 复用同一数值语法任务栈，只在真正 term 位置识别 free-variable token；\n2. relation 标签、函数头、bound variable 与普通数字均不会误计；\n3. 单遍输出逐点等于 formula.fvarList，并保留同一未消费 suffix；\n4. listFvSup 的 max(index+1) fold 已独立证明 primitive recursive；\n5. 公开端点对任意规范公式精确返回 (formula.fvSup, suffix)。\n\n关键端点公理画像仅\npropext / Classical.choice / Quot.sound；无 sorryAx、无项目公设。\nFoundationCompactNumericFormulaFvSup.lean", fillcolor="#dff2e8", color="#2f6f57", penwidth=2.8];
    numericallclosure [label="Primitive-recursive iterated universal closure\n原始递归迭代全称闭包\n\nLean 内核已检查：\n1. 每一步真实前置一个 universal token 6，不把整段闭包当作单位成本；\n2. depth 次迭代的输入/输出只有 Nat 与 List Nat；\n3. step 与 nat-iterate 整体均已证明 primitive recursive；\n4. 对任意 arity=depth 的规范公式，结果逐 token 精确等于 ∀⁰* formula。\n\n边界：本节点本身不宣称按二进制 depth 多项式时间；\n必须由黄色节点先证明 depth <= candidate bit length。\n公理画像仅 Lean 标准公理；无 sorryAx、无项目公设。\nFoundationCompactNumericAllClosure.lean", fillcolor="#dff2e8", color="#2f6f57", penwidth=2.8];
    numerictokenbitlength [label="Primitive-recursive exact token bit length\n原始递归精确 token 位长\n\nLean 内核已检查：\n1. 每个 Nat token 用公开 binaryNatCode 重新编码；\n2. 任意 token 列表的总二进制位长函数已证 primitive recursive；\n3. 项与公式的规范 token 流重新编码后逐位等于原 binary code；\n4. 因而规范候选公式的 token 位长精确等于公开 formulaCode 位长。\n\n这关闭了把 token 数误当位长的坐标风险；\n公理画像仅 Lean 标准公理，无 sorryAx、无项目公设。\nFoundationCompactNumericTokenBitLength.lean", fillcolor="#dff2e8", color="#2f6f57", penwidth=2.8];
    numericguardedinduction [label="Primitive-recursive guarded induction comparator\n原始递归带守卫归纳句比较器\n\nLean 内核已检查：\n1. 先纯数值构造 succInd(body) 并精确计算 fvSup；\n2. 仅当 fvSup <= candidate formulaCode bit length 才执行 fixitr/allClosure；\n3. 生成句逐 token 等于标签 22 的真实 PA 归纳证书句；\n4. 对每个规范 body/candidate，布尔结果为 true iff 两个句子相等；\n5. 守卫拒绝分支由 typed guard completeness 排除漏接；\n6. 构造器、守卫及比较器均已证 primitive recursive。\n\n公理画像仅 propext / Classical.choice / Quot.sound；\n无隐藏长度参数、无 sorryAx、无项目公设。\nFoundationCompactNumericGuardedInductionSentence.lean", fillcolor="#dff2e8", color="#2f6f57", penwidth=2.8];
    numericfixedaxioms [label="Primitive-recursive fixed PA-axiom sentence table\n原始递归固定 PA 公理句表\n\nLean 内核已检查：\n1. 证书标签 0..21 的 22 个非归纳分支全覆盖；\n2. 20 个无参数公理直接返回规范句 token 常量；\n3. 函数外延按 4 个合法 (arity,code) 分派，关系外延按 2 个合法对分派；\n4. 输入/输出只有 Nat、Nat×Nat 和 List Nat，整个查表函数 primitive recursive；\n5. 每个规范固定证书逐 token 精确等于 certificate.sentence。\n\n五个审计端点公理画像仅\npropext / Classical.choice / Quot.sound；无 sorryAx。\nFoundationCompactNumericFixedPAAxiomSentence.lean", fillcolor="#dff2e8", color="#2f6f57", penwidth=2.8];
    numericallaxioms [label="Primitive-recursive all-23-tag PA-axiom comparator\n原始递归全部 23 标签 PA 公理比较器\n\nLean 内核已检查：\n1. 证书 parser 必须精确消费到空 suffix，禁止多余垃圾尾部；\n2. 标签 0..21 进入固定表，标签 22 进入带守卫归纳比较器；\n3. 非法函数/关系码、畸形归纳体和未知标签均拒绝；\n4. 任意证书 token 对规范候选句返回 true iff 存在真实 PA 公理证书，\n   输入恰为其完整 token 且 certificate.sentence = candidate；\n5. 完整比较器已证 primitive recursive。\n\n公理画像仅 propext / Classical.choice / Quot.sound；\n无 sorryAx、无项目公设。\nFoundationCompactNumericPAAxiomComparator.lean", fillcolor="#dff2e8", color="#2f6f57", penwidth=2.8];
    numericrules [label="10/10 primitive-recursive listed local rule checks\n十条列表证明局部规则纯数值检查全部闭合\n\nLean 内核已检查：\n1. closed / axm / verum / and / or / all / exs / wk / shift / cut 全覆盖；\n2. 每个输入只有公式 token、序列 token 列表及子节点布尔结果；\n3. free / substitution / negation / sequent shift 均调用真实纯数值变换；\n4. axm 调用同一个全部 23 标签比较器；\n5. 每条函数均 primitive recursive，规范字段上逐点等于\n   listedCertificateValidTrace 对应分支结果；\n6. 子有效性是任务栈返回值，不是外部证明假设。\n\n公理画像仅 propext / Classical.choice / Quot.sound；\n无 sorryAx、无项目公设。\nFoundationCompactNumericListedRuleChecks.lean", fillcolor="#dff2e8", color="#2f6f57", penwidth=2.8];
    numericnodefields [label="Primitive-recursive synchronized node-field parsers\n原始递归证明 / 证书节点字段解析器\n\nLean 内核已检查：\n1. proof 标签 0..9 按真实编码顺序解析父序列、主公式和见证项；\n2. 每个节点只消费立即字段，完整保留后续子证明 token；\n3. structural certificate 的 leaf/axiom/unary/binary 四形状全覆盖；\n4. axiom 节点精确截取完整 PA 公理证书 token；\n5. 两侧 dispatcher 均 primitive recursive；\n6. 对每个真实树/证书及任意 suffix，返回精确字段和同一子流。\n\n公理画像仅 propext / Classical.choice / Quot.sound；\n无 sorryAx、无项目公设。\nFoundationCompactNumericListedNodeFields.lean", fillcolor="#dff2e8", color="#2f6f57", penwidth=2.8];
    numericparser [label="Public local-check numeric graph\n公开局部检查纯数值图\n\nLean 内核已检查：\n1. 有限任务栈同步消费 proof/certificate 两条 token 流并核对节点形状；\n2. 子结论与子布尔结果自底向上送入十条真实局部合并器；\n3. 显式 fuel 覆盖完整规范树，形状错配、耗尽及畸形输入一律拒绝；\n4. 规范树结果逐点等于 listedCertificateValidTrace；\n5. 任意 packed code/formulaCode 上，新纯数值验证器与原公开验证器布尔值逐点相等。\n\n全部运行数据仅为 Nat / Bool / List；完整图已证 primitive recursive。\n定向探针与目标模块构建退出码 0；禁用项扫描为空；\n关键端点公理画像仅 propext / Classical.choice / Quot.sound。\nFoundationCompactNumericListedTaskMachine.lean\nFoundationCompactNumericListedPublicVerifier.lean", fillcolor="#dff2e8", color="#2f6f57", penwidth=2.8];
    localtableau [label="Local initial/step/final task-machine tableau\n任务机局部初态 / 单步 / 终态计算表\n\nLean 内核已检查：\n1. LocalTraceValid 要求行数精确 fuel+1；\n2. 第 0 行严格等于公开 initial state；\n3. 每个 i<fuel 的第 i+1 行严格等于 verifierStep(第 i 行)；\n4. 单步 transition relation、长度和初态关系均为 primitive recursive；\n5. canonical trace 满足局部表；任意合法局部表逐行等于 canonical trace；\n6. 因而 local validity iff canonical bounded run，\n   总局部谓词也是 primitive recursive。\n\n定向 Lean 探针退出码 0；相关端点公理画像仅\npropext / Classical.choice / Quot.sound；无 sorryAx。\nFoundationCompactNumericListedDirectTrace.lean", fillcolor="#dff2e8", color="#2f6f57", penwidth=2.8];
    packedstreamtrace [label="Packed payload + binary-Nat stream local traces\n打包载荷 + 二进制自然数流局部子轨迹\n\nLean 内核已检查：\n1. 见证记录 sentinel peel 后的真实 payload bits；\n2. BinaryNatStreamLocalTraceValid 检查精确行数、初态和每个 stream step；\n3. 规范流轨迹满足局部表，任意合法表恢复同一 bounded run；\n4. 最终状态输出严格等于目标 token list；\n5. 对任意 code/tokens：compactPackedTokenStream code = some tokens\n   iff exists trace, PackedTokenStreamDirectTraceValid；\n6. proof code 与 formula code 的两份子轨迹均已接入总 DirectTraceValid。\n\n新子模块目标构建和总见证探针退出码 0；\n关键端点公理画像仅 propext / Classical.choice / Quot.sound。\nFoundationCompactPackedTokenStreamDirectTrace.lean\nFoundationCompactNumericListedDirectTrace.lean", fillcolor="#dff2e8", color="#2f6f57", penwidth=2.8];
-     directtrace [label="Direct finite public-verifier trace semantics\n公开验证器直接有限运行轨迹语义\n\nLean 内核已检查：\n1. 公开见证包记录 proof/formula token 流、解析结果、\n   结论值和完整 task-machine 状态列表；\n2. 两个 packed 输入各携带绿色 payload/token-stream 局部子轨迹；\n3. 中央检查直接要求绿色 local task-machine tableau；\n4. 对任意 code/formulaCode：publicVerifier=true\n   iff exists trace, DirectTraceValid(code,formulaCode,trace)；\n5. DirectTraceValid 为 primitive recursive，合法见证反推同一公开验证器接受；\n6. 整个端点不调用 projection/rfind。\n\n定向 Lean 探针退出码 0；关键端点公理画像仅\npropext / Classical.choice / Quot.sound。\nFoundationCompactNumericListedDirectTrace.lean\n\n边界：proof/certificate/formula parser 与局部语法变换\n仍以精确函数等式核对；其内部子轨迹、显式 Nat 序列化\n及多项式位长界仍由黄色节点完成。", fillcolor="#dff2e8", color="#2f6f57", penwidth=2.8];
+     parseroutertrace [label="Proof/certificate/formula parser outer local traces\n证明 / 证书 / 公式解析器外层局部轨迹\n\nLean 内核已检查：\n1. 三类 parser 共用同一 initial/step/final 局部计算表框架；\n2. 每份轨迹要求精确 fuel+1 行、真实初态及逐行真实 parserStep；\n3. 合法局部表 iff 同一 canonical bounded run；\n4. 对任意 tokens/suffix，三个公开 parser 返回 some suffix\n   iff 存在对应局部轨迹；\n5. proof、certificate、formula 三份轨迹均已接入总 DirectTraceValid；\n6. 三个局部有效性谓词及总公开见证保持 primitive recursive。\n\n新模块目标构建与总见证探针退出码 0；关键端点公理画像仅\npropext / Classical.choice / Quot.sound；无 sorryAx。\nFoundationCompactParserDirectTrace.lean\nFoundationCompactNumericListedDirectTrace.lean\n\n边界：各 parserStep 内部调用的原子字段 / 语法子过程，\n以及 certified parts / formula value 提取仍待继续展开。", fillcolor="#dff2e8", color="#2f6f57", penwidth=2.8];
+     directtrace [label="Direct finite public-verifier trace semantics\n公开验证器直接有限运行轨迹语义\n\nLean 内核已检查：\n1. 公开见证记录 proof/formula token 流、三类 parser 局部轨迹、\n   解析值和完整 task-machine 状态列表；\n2. 两个 packed 输入各携带 payload/token-stream 局部子轨迹；\n3. proof、certificate、formula 外层 parser 均携带绿色局部计算表；\n4. 中央检查直接要求绿色 local task-machine tableau；\n5. 对任意 code/formulaCode：publicVerifier=true\n   iff exists trace, DirectTraceValid(code,formulaCode,trace)；\n6. DirectTraceValid 为 primitive recursive，合法见证反推同一公开验证器接受；\n7. 整个端点不调用 projection/rfind。\n\n定向 Lean 探针退出码 0；关键端点公理画像仅\npropext / Classical.choice / Quot.sound。\nFoundationCompactNumericListedDirectTrace.lean\n\n边界：parserStep/verifierStep 内部的原子字段解析、数值提取和\n局部语法变换仍需展开；显式 Nat 序列化及多项式位长界未闭合。", fillcolor="#dff2e8", color="#2f6f57", penwidth=2.8];
    resemanticprobe [label="Generic RE/rfind representation audit\n通用递归可枚举 / 最小化搜索表示审计\n\nLean 内核已检查：\n1. P(bound,y) 精确表示存在载荷长度 <= bound 的接受码；\n2. witness relation primitive recursive，P 为 RE predicate；\n3. 固定 Nat.ArithPart1.Code 并保留 Code.eval 求值证明；\n4. 二变量 Sigma-one 公式与有限一致性句的标准模型语义精确；\n5. 二进制数词实例具有线性于输入位长的公式符号数界；\n6. 接受实例在 PA 中定性可证并有真实 Derivation2。\n\n定量审计结论：构造链实际经过\nREPred.projection -> Partrec.projection -> rfindOpt -> Code.rfind；\n其算术公式含“所有更小搜索阶段失败”的 bounded minimality。\n目前没有该前缀证明长度关于载荷位长的多项式界，\n故它只保留为语义审计，不作为 suitable numeration。\n目标构建通过；公理画像仅标准三项。\nFoundationCompactNumericListedProofPredicate.lean", fillcolor="#e9e3f5", color="#76639a", penwidth=2.6];
-     compactformula [label="【主终端当前：Explicitly coded direct CompactProof】\n显式编码的直接紧凑证明算术公式\n\n目标公式：\nP_direct(bound,y) := exists proofCode,\n  payloadLength(proofCode) <= bound and\n  exists trace, DirectVerifierTrace(proofCode,y,trace)。\n\n前置进展：绿色 packedstreamtrace + localtableau + directtrace\n已关闭两个公开输入流、中央逐步运行和存在见证语义。\n\n当前必须由 Lean 内核关闭：\n1. 为 proof/certificate/formula parser 与局部语法变换\n   补齐可组合的内部运行子轨迹，不能只保留最终函数结果等式；\n2. 给全部状态、子轨迹和见证构造显式 Nat 编码，证明\n   编码位长与局部核验总量有固定多项式界；\n3. 直接手写二变量 Sigma-one 公式，禁止 projection/rfind；\n4. 标准模型语义逐点 iff 同一 P(bound,y)，\n   否定 falsum 实例精确等于同一有限一致性语义。\n\n当前第一义务：proof/certificate/formula parser\n的局部子轨迹、结果等价和总见证组合。", fillcolor="#fff0c9", color="#b37a12", penwidth=2.8];
+     compactformula [label="【主终端当前：Explicitly coded direct CompactProof】\n显式编码的直接紧凑证明算术公式\n\n目标公式：\nP_direct(bound,y) := exists proofCode,\n  payloadLength(proofCode) <= bound and\n  exists trace, DirectVerifierTrace(proofCode,y,trace)。\n\n前置进展：绿色 packedstreamtrace + parseroutertrace +\nlocaltableau + directtrace 已关闭两个公开输入流、三类 parser\n外层迭代、中央逐步运行和存在见证语义。\n\n当前必须由 Lean 内核关闭：\n1. 展开 parserStep/verifierStep 内部的原子字段解析、\n   certified-parts / formula-value 提取和局部语法变换；\n2. 给全部状态、子轨迹和见证构造显式 Nat 编码，证明\n   编码位长与局部核验总量有固定多项式界；\n3. 直接手写二变量 Sigma-one 公式，禁止 projection/rfind；\n4. 标准模型语义逐点 iff 同一 P(bound,y)，\n   否定 falsum 实例精确等于同一有限一致性语义。\n\n当前第一义务：打开 outer parser step 内剩余原子调用，\n消除 certified parts / formula value 的整函数结果黑箱。", fillcolor="#fff0c9", color="#b37a12", penwidth=2.8];
    patrace [label="PA proof compiler for the direct trace formula\n直接轨迹公式的 PA 短证明编译器\n\n等待黄色 direct CompactProof 公式闭合后启动：\n给定 proofCode 与合法接受轨迹，构造同一公式实例的真实\nPA Derivation2，并证明公式生成、见证、逐步核验及拼接的\n完整证明载荷长度为输入位长的固定多项式。\n\n禁止逐实例调用 Sigma-one completeness / Classical.choice\n来声称任何长度结论。", fillcolor="#f3f3f3", color="#777777", style="rounded,filled,dashed"];
    suitable [label="suitable numeration（合适枚举）\nbit graph representability（位图可表示性）\npolynomial proof construction（多项式证明构造）", fillcolor="#f3f3f3", color="#777777", style="rounded,filled,dashed"];
    cond0 [label="Pudlak condition (0)（普德拉克条件 0）\nPA 内证明 proof-bound monotonicity（证明长度界单调性）\nP 的较紧/较松 cutoff 可在同一公式中转换", fillcolor="#f3f3f3", color="#777777", style="rounded,filled,dashed"];
    cond1 [label="Pudlak condition (1)（普德拉克条件 1）\nexternal short proof -> internal P(n, code(phi))\n外部短证明以多项式开销内部化为 P 实例", fillcolor="#f3f3f3", color="#777777", style="rounded,filled,dashed"];
    cond2 [label="Pudlak condition (2)（普德拉克条件 2）\nP(n,m) -> P(q1(n), code(P(n,m)))\n证明谓词实例自身的定量内部化", fillcolor="#f3f3f3", color="#777777", style="rounded,filled,dashed"];
    cond3 [label="Pudlak condition (3)（普德拉克条件 3）\nbounded modus ponens composition（有界肯定前件合成）\nP(n,phi) 与 P(n,phi->psi) -> P(q2(n),psi)", fillcolor="#f3f3f3", color="#777777", style="rounded,filled,dashed"];
    mpcompiler [label="Accepted-code bounded modus ponens compiler\n接受码有界肯定前件编译器（外部语义层已闭合）\n\n同一公开列表保持验证器：\naccept(codeImp, A->B) + accept(codeA, A)\n  -> exists codeB, accept(codeB, B)\n完整载荷界：\n|codeB| <= |codeImp| + |codeA| + 240 + 34*S(A,B)\n两份输入 proof tree + certificate 原样复用\n树级、证书级、规范码级及任意接受码端点均已通过\n无隐藏长度参数；无 sorryAx\nFoundationCompactCertifiedModusPonens.lean\n\n注意：这里只关闭外部码合成；\nPA 内部 condition (3) 仍须由 arithmetic trace 内化。", fillcolor="#dff2e8", color="#2f6f57", penwidth=2.8];
    conjcompiler [label="Accepted-code bounded conjunction compiler\n接受码有界合取编译器（外部语义层已闭合）\n\naccept(codeA,A) + accept(codeB,B)\n  -> exists codeAnd, accept(codeAnd,A and B)\n完整载荷界：\n|codeAnd| <= |codeA| + |codeB| + 144 + 11*S(A,B)\n两棵输入树与两份完整证书原样复用\n任意接受码端点及 axiom profile 已通过\n无 sorryAx\nFoundationCompactCertifiedConjunction.lean\n\n注意：固定重言式与原文拼接步骤 (i)-(v)\n以及 PA 内部化仍未闭合。", fillcolor="#dff2e8", color="#2f6f57", penwidth=2.8];
    qdiagonal [label="Quantitative parameterized diagonalization\n定量参数化对角化（同一完整载荷坐标已闭合）\nFoundation parameterized_diagonal₁：固定 P 的全称证明为常数\n真实 Derivation2 实例化：cut + wk + exs + closed\n显式结构证书：binary(unary(baseCert), unary(leaf))\n公开列表保持验证器接受完整 proof+certificate 打包码\n短二进制数码项：2*previous+bit\n码长 O(Nat.size m)，标准模型值严格为 m\n最终完整载荷界：baseProof+baseCert+192\n + 2048*(formulaConstant+stepConstant*|m|+1)^3\n同一公式实例的精确最短载荷也不超过该界\n具体 CompactProof 谓词仍由灰色算术化节点提供\nFoundationCompactDerivationSpecialization.lean\nFoundationCompactCertifiedDerivationSpecialization.lean\nFoundationCompactBinaryNumeralTerm.lean\nFoundationCompactParameterizedDiagonalSpecialization.lean\n端点无 sorryAx", fillcolor="#dff2e8", color="#2f6f57", penwidth=2.8];
    proofassembly [label="Bounded proof-calculus assembly (i)-(v)\n有界证明演算拼接（原文步骤 i-v）\n固定命题重言式 + (0)-(3) + MP/conjunction composition\n逐步得到 not P(q5(m), bottom) -> D(m)\n每次拼接与公式实例化均须显式多项式长度", fillcolor="#f3f3f3", color="#777777", style="rounded,filled,dashed"];
    paconsistency [label="PA consistency in the standard model\nPA 在标准模型中的一致性\naccepted falsum proof -> real Derivation2 -> contradiction\n项目已有 noListedCertifiedPAProofOfFalsum；无 sorryAx", fillcolor="#dff2e8", color="#2f6f57", penwidth=2.4];
    exponentextract [label="Consistency contradiction + exponent extraction\n一致性反证 + 指数提取\n短 D(m) 证明与一致性冲突\nq5(m) 的多项式重标定 -> 存在 epsilon > 0\n推出 Con_A(n) 无 n^epsilon 长度证明", fillcolor="#f3f3f3", color="#777777", style="rounded,filled,dashed"];
    diagonal [label="Pudlak 1986 Theorem 3.1\n普德拉克 1986 定理 3.1\ndiagonal proof-length lower bound\n对角证明长度下界", fillcolor="#f3f3f3", color="#777777", style="rounded,filled,dashed", penwidth=2.0];
    internalnote [shape=note, label="关键注释：外部运行时间界不能自动变成 PA 内部短证明。\n必须构造 accepted computation trace（接受计算轨迹），\n并在同一算术编码中逐步验证。", fillcolor="#e8f1f8", color="#4e7892"];

    predicate -> resemanticprobe [label="exact standard-model relation\n精确标准模型关系"];
    minmeasure -> resemanticprobe [label="same honest payload length\n同一诚实载荷长度"];
    canonicalnormalize -> resemanticprobe [style=dotted, label="normalization audit only\n仅作规范化审计"];
    predicate -> listedconmeta [label="same accepted-code relation\n同一接受码关系"];
    minmeasure -> listedconmeta [label="same payload coordinate\n同一载荷坐标"];
    listedconmeta -> resemanticprobe [label="generic semantic representation\n通用定性语义表示"];
    canonicalnormalize -> listedconmeta [label="pointwise same-cutoff equivalence\n逐点同截断值等价"];
    polytime -> arithinput [label="same packed inputs and bit-cost coordinate\n同一打包输入与位成本坐标"];
    arithinput -> tokenstream [label="primitive-recursive payload and Nat-prefix base\n原始递归载荷与自然数前缀基础"];
    tokenstream -> bitsync [label="exact arbitrary-input stream semantics\n任意输入流精确语义"];
    tokenstream -> syntaxparser [label="bounded exact tokenization\n有界精确记号化"];
    bitsync -> syntaxbitsync [label="exact bit suffix invariant\n精确位后缀不变量"];
    syntaxparser -> syntaxbitsync [label="same term/formula token grammar\n同一项/公式 token 文法"];
    syntaxparser -> syntaxinversion [label="backward typed realization invariant\n反向类型化实现不变量"];
    syntaxinversion -> numericvalues [label="arbitrary syntax success is canonical\n任意语法成功均为真实规范前缀"];
    syntaxinversion -> closedformula [label="typed prefix recovery + no-fvar invariant\n类型化前缀恢复 + 无自由变量不变量"];
    closedformula -> proofparser [label="axm sentence task\n公理叶闭句任务"];
    syntaxparser -> proofparser [label="checked syntax-task machine\n已检查语法任务机"];
    syntaxparser -> certparser [label="induction-body formula parser\n归纳公理体公式解析"];
    syntaxinversion -> proofinversion [label="term / formula arbitrary inversion\n项 / 公式任意反演"];
    proofparser -> proofinversion [label="ten-rule numeric state machine\n十规则纯数值状态机"];
    closedformula -> proofinversion [label="real sentence recovery\n真实闭句恢复"];
    proofinversion -> numericnodefields [label="arbitrary proof success is canonical\n任意证明成功均为真实规范前缀"];
    syntaxinversion -> certinversion [label="induction-formula arbitrary inversion\n归纳公式任意反演"];
    certparser -> certinversion [label="23+4 certificate numeric machines\n23+4 类证书纯数值机"];
    certinversion -> numericnodefields [label="arbitrary certificate success is canonical\n任意证书成功均为真实规范前缀"];
    syntaxbitsync -> numericparser [label="term/formula typed-bit equivalence closed\n项/公式类型化位级等价已闭合"];
    bitsync -> proofbitsync [label="same exact bit suffix\n同一精确位后缀"];
    syntaxbitsync -> proofbitsync [label="typed sequent/term/formula components\n类型化序列/项/公式部件"];
    proofparser -> proofbitsync [label="same ten-rule token grammar\n同一十规则 token 文法"];
    bitsync -> certbitsync [label="same exact bit suffix\n同一精确位后缀"];
    syntaxbitsync -> certbitsync [label="induction-body formula synchronization\n归纳公式体同步"];
    certparser -> certbitsync [label="same 23+4 token grammar\n同一 23+4 类 token 文法"];
    proofbitsync -> numericparser [label="typed proof bit equivalence closed\n证明树类型化位级等价已闭合"];
    certbitsync -> numericparser [label="typed certificate bit equivalence closed\n证书类型化位级等价已闭合"];
    arithinput -> packedtokensync [label="same sentinel-packed inputs\n同一哨兵位打包输入"];
    tokenstream -> packedtokensync [label="primitive-recursive full tokenization\n原始递归完整 token 化"];
    proofbitsync -> packedtokensync [label="proof segment equivalence\n证明段等价"];
    certbitsync -> packedtokensync [label="certificate segment equivalence\n证书段等价"];
    packedtokensync -> numericvalues [label="same public token streams\n同一公开 token 流"];
    numericvalues -> numericchecks [label="exact numeric syntax values\n精确数值语法值"];
    numericvalues -> numericnodefields [label="sequent / formula / term immediate fields\n序列 / 公式 / 项立即字段"];
    numericchecks -> numericrules [label="same local list decisions\n同一局部列表判定"];
    numericvalues -> numericconstructors [label="canonical token values\n规范 token 值"];
    numericconstructors -> numericrules [label="six direct formula constructors\n六种直接公式构造"];
    numericvalues -> numericnegation [label="same parser task semantics\n同一解析任务语义"];
    numericnegation -> numericrules [label="exact De Morgan token transform\n精确 De Morgan 记号变换"];
    numericvalues -> numericshift [label="same parser task semantics\n同一解析任务语义"];
    numericshift -> numericrules [label="exact free-index successor transform\n精确自由变量后继变换"];
    numericvalues -> numericfree [label="same parser task and binder arity\n同一解析任务与绑定元数"];
    numericfree -> numericrules [label="exact arity-lowering free transform\n精确降元自由化变换"];
    numericvalues -> numericsubstitution [label="same parser task and witness tokens\n同一解析任务与见证记号"];
    numericsubstitution -> numericrules [label="exact qpow substitution transform\n精确量词下代入变换"];
    numericvalues -> numericfixitr [label="same parser task and binder arity\n同一解析任务与绑定元数"];
    numericfixitr -> numericparser [label="exact qpow fixitr transform\n精确量词下变量捕获变换"];
    numericconstructors -> numericsuccind [label="or / all token constructors\n析取 / 全称量词记号构造"];
    numericnegation -> numericsuccind [label="three exact negations\n三次精确否定"];
    numericshift -> numericsuccind [label="open-substitution namespace shift\n开放代入命名空间移位"];
    numericsubstitution -> numericsuccind [label="four exact substitution executions\n四条精确代入执行"];
    numericfixitr -> numericsuccind [label="capture open witnesses\n捕获开放见证"];
    numericsuccind -> numericguardedinduction [label="exact succInd(body) tokens\n精确后继归纳公式记号"];
    numericvalues -> numericfvsup [label="same checked syntax-task stack\n同一已检查语法任务栈"];
    numericsuccind -> numericfvsup [label="compute closure depth of succInd(body)\n计算归纳公式闭包深度"];
    numericfvsup -> numericguardedinduction [label="exact formula.fvSup value\n精确公式自由变量上确界"];
    numericfixitr -> numericallclosure [label="capture depth free variables first\n先捕获 depth 个自由变量"];
    numericfvsup -> numericallclosure [label="same exact closure depth\n同一精确闭包深度"];
    numericallclosure -> numericguardedinduction [label="guarded exact all-closure tokens\n带守卫精确全称闭包记号"];
    numericvalues -> numerictokenbitlength [label="candidate canonical token stream\n候选公式规范记号流"];
    numerictokenbitlength -> numericguardedinduction [label="actual candidate formulaCode bit length\n候选公式码真实位长"];
    numericfixitr -> numericguardedinduction [label="capture only after guard\n仅在守卫通过后捕获变量"];
    certbitsync -> numericguardedinduction [label="tag 22 induction body\n标签 22 归纳公式体"];
    numericguardedinduction -> numericallaxioms [label="guarded tag 22 exact result\n带守卫标签 22 精确结果"];
    certbitsync -> numericfixedaxioms [label="same PA-certificate tags and parameters\n同一 PA 证书标签与参数"];
    numericfixedaxioms -> numericallaxioms [label="tags 0..21 exact sentence tokens\n标签 0..21 精确公理句记号"];
    certinversion -> numericallaxioms [label="exact arbitrary certificate-token inversion\n任意证书记号精确反演"];
    numericallaxioms -> numericrules [label="axm branch comparator\n公理叶比较器"];
    numericrules -> numericparser [label="all ten local Boolean combiners closed\n十条局部布尔合并器全部闭合"];
    numericnodefields -> numericparser [label="exact child-stream scheduling inputs\n精确子流调度输入"];
    numericparser -> resemanticprobe [label="exact semantics audit\n精确语义审计"];
    numericparser -> localtableau [label="same bounded verifierStep\n同一有界验证器单步"];
    tokenstream -> packedstreamtrace [label="same bounded binary-Nat stream machine\n同一有界二进制自然数流机器"];
    arithinput -> packedstreamtrace [label="same sentinel payload peel\n同一哨兵位载荷剥离"];
+     proofparser -> parseroutertrace [label="same proof parserStep\n同一证明解析单步"];
+     certparser -> parseroutertrace [label="same certificate parserStep\n同一证书解析单步"];
+     syntaxparser -> parseroutertrace [label="same formula parserStep\n同一公式解析单步"];
    localtableau -> directtrace [label="public witness uses local validity\n公开见证使用局部有效性"];
    packedstreamtrace -> directtrace [label="two public input subtraces\n两份公开输入子轨迹"];
+     parseroutertrace -> directtrace [label="three parser local subtraces\n三份解析器局部子轨迹"];
    predicate -> directtrace [label="exact accepted-code equivalence\n接受码关系精确等价"];
-     directtrace -> compactformula [label="add component subtraces and explicit coding\n补齐组件子轨迹与显式编码"];
+     directtrace -> compactformula [label="open nested atomic calls and add explicit coding\n打开嵌套原子调用并显式编码"];
    predicate -> compactformula [label="same accepted-code target\n同一接受码目标"];
    minmeasure -> compactformula [label="same honest payload cutoff\n同一诚实载荷截断"];
    listedconmeta -> compactformula [label="same finite-consistency target\n同一有限一致性目标"];
    resemanticprobe -> compactformula [style=dotted, arrowhead=none, constraint=false, label="semantic specification only; rfind program is not reused\n只保留语义规格；不复用最小化程序"];
    compactformula -> patrace [label="fixed formula and binary numerals\n固定公式与二进制数词"];
    internalnote -> patrace [style=dotted, arrowhead=none, constraint=false];
    patrace -> suitable;
    suitable -> cond0;
    suitable -> cond1;
    suitable -> cond2;
    suitable -> cond3;
    predicate -> mpcompiler [label="same public verifier\n同一公开验证器"];
    canonicalnormalize -> mpcompiler [label="decoded payload never grows\n解码规范化不增长"];
    mpcompiler -> cond3 [style=dotted, label="external compiler closed; PA internal proof remains\n外部编译已闭合；仍需 PA 内部短证明"];
    predicate -> conjcompiler [label="same public verifier\n同一公开验证器"];
    canonicalnormalize -> conjcompiler [label="decoded payload never grows\n解码规范化不增长"];
    conjcompiler -> proofassembly [style=dotted, label="external conjunction primitive closed\n外部合取原语已闭合"];
    compactformula -> qdiagonal [style=dotted, arrowhead=none, constraint=false, label="later instantiate the closed generic compiler at concrete P\n后续把已闭合通用编译器实例化到具体 P"];
    suitable -> qdiagonal [style=dotted, arrowhead=none, constraint=false, label="concrete P conditions belong to later assembly\n具体 P 条件属于后续拼接"];
    transformcode -> qdiagonal [label="formula-instance size bound already checked\n公式实例大小界已检查"];
    cond0 -> proofassembly;
    cond1 -> proofassembly;
    cond2 -> proofassembly;
    cond3 -> proofassembly;
    qdiagonal -> proofassembly;
    proofassembly -> exponentextract;
    paconsistency -> exponentextract;
    exponentextract -> diagonal;
  }

  subgraph cluster_buss {
    label="H. Buss-Pudlak lower bound（布斯-普德拉克下界）";
    color="#9a9a9a";
    style="rounded,dashed";

    family [label="F_n = Con_T((f(n))^c)\n有限一致性公式族\nsame T / proof system / symbol length\n同一理论 / 证明系统 / 符号长度", fillcolor="#f3f3f3", color="#777777", style="rounded,filled,dashed"];
    rescale [label="Buss 1994 Theorem 5\n布斯 1994 第 5 定理\ntime-constructible rescaling\n时间可构造重标定", fillcolor="#f3f3f3", color="#777777", style="rounded,filled,dashed", penwidth=2.0];
    lower [label="minProofLength(F_n) > U(n) eventually\n最短证明长度最终大于 U(n)\nsuper-polynomial lower bound（超多项式下界）", fillcolor="#e9e3f5", color="#76639a", style="rounded,filled,dashed", penwidth=2.0];
    lowernote [shape=note, label="关键注释：文献下界只能用于原文满足条件的\nformula family（公式族）、proof system（证明系统）\n和 symbol length（符号长度）；名字相似不能替代对象恒等。", fillcolor="#e8f1f8", color="#4e7892"];

    compactformula -> family [label="same CompactProof predicate\n同一紧凑证明谓词"];
    minmeasure -> family [label="exact minimum length coordinate\n精确最短长度坐标"];
    diagonal -> rescale [label="power lower-bound seed\n幂下界种子"];
    family -> rescale;
    rescale -> lower [label="explicit time-constructible f\n显式时间可构造函数 f"];
    lowernote -> rescale [style=dotted, arrowhead=none, constraint=false];
  }

  subgraph cluster_collision {
    label="I. Same-object upper bound and collision（同对象上界与碰撞）";
    color="#9a9a9a";
    style="rounded,dashed";

    sondowcert [label="Sondow checked certificates\n索多已检查证书\nassume gamma rational（假设欧拉常数有理）\n本节点只表示证书已检查，不等于同对象上界已完成", fillcolor="#dff2e8", color="#3f7c66"];
    samecompiler [label="Sondow same-object compiler\n索多同对象编译器\ncertificate -> real proof of the same F_n\n证书 -> 同一 F_n 的真实证明", fillcolor="#f3f3f3", color="#777777", style="rounded,filled,dashed"];
    upper [label="minProofLength(F_n) <= U(n)\n最短证明长度不超过多项式 U(n)\npolynomial upper bound（多项式上界）\n等待 same-object compiler（同对象编译器）", fillcolor="#f3f3f3", color="#777777", style="rounded,filled,dashed"];
    collision [label="U(N) < minProofLength(F_N) <= U(N)\n同一 N、同一公式、同一检查器、同一长度的矛盾\ncollision theorem（碰撞定理）", fillcolor="#f8d9d6", color="#a8443d", style="rounded,filled,dashed", penwidth=2.5];
    final [label="not is_rational euler_mascheroni\n欧拉-马歇罗尼常数非有理\n仅在全部上游根定理闭合后成立", fillcolor="#f8d9d6", color="#a8443d", style="rounded,filled,dashed", penwidth=2.5];
    samenote [shape=note, label="关键注释：碰撞必须是同一 N、同一 F_N、\n同一 checker（检查器）和同一 length measure（长度度量）。\n只证明两个抽象接口各自存在不能形成碰撞。", fillcolor="#e8f1f8", color="#4e7892"];

    sondowcert -> samecompiler;
    family -> samecompiler [label="formula identity\n公式恒等"];
    predicate -> samecompiler [label="same checker/length\n同一检查器/长度"];
    minmeasure -> samecompiler [label="same minimum payload measure\n同一最短载荷度量"];
    samecompiler -> upper [label="canonical accepted proof code\n规范且被接受的证明码"];
    upper -> collision [label="same F_N / same length\n同一 F_N / 同一长度"];
    lower -> collision [label="same F_N / same length\n同一 F_N / 同一长度"];
    samenote -> collision [style=dotted, arrowhead=none, constraint=false];
    collision -> final;
  }

  subgraph cluster_audit {
    label="J. Submission-grade audit gates（投稿级审计门）";
    color="#76639a";
    style="rounded";

    axioms [label="#print axioms audit（公理画像审计）\n已完成节点仅依赖：\npropext（命题外延）\nClassical.choice（经典选择）\nQuot.sound（商类型可靠性）", fillcolor="#e9e3f5", color="#76639a"];
    forbidden [label="Forbidden project assumptions（禁止项目级假设）\nno tail_gap（无尾部间隙参数）\nno upper_provider（无上界提供者参数）\nno project proof_length（无项目证明长度公设）\nno sorryAx（无未完成证明公设）", fillcolor="#e9e3f5", color="#76639a"];
    gate [label="Final dependency audit（最终依赖审计）\nsame formula / parameter / checker / measure\n同一公式 / 参数 / 检查器 / 度量", fillcolor="#e9e3f5", color="#76639a", penwidth=2.0];

    totalcanonical -> axioms [style=dotted];
    publiciff -> axioms [style=dotted];
    completeness -> axioms [style=dotted];
    nattrace -> axioms [style=dotted];
    polytime -> forbidden [style=dashed];
    diagonal -> forbidden [style=dashed];
    samecompiler -> forbidden [style=dashed];
    lower -> gate;
    upper -> gate;
    axioms -> gate;
    forbidden -> gate;
    gate -> collision [style=dashed, label="audit pass\n审计通过"];
  }

  subgraph cluster_rejected_routes {
    label="K. Rejected historical routes（经审计弃用的历史路线；不通向主结论）";
    color="#a8443d";
    style="rounded,dashed";

    rawgodel [label="Nat.size(rawProofCode) lower bound\n原始哥德尔证明码位长下界\nunary-numeral encoding artifact（一元数词编码伪影）", fillcolor="#f8d9d6", color="#a8443d", style="rounded,filled,dashed"];
    postfixraw [label="Postfix checker rebuilding rawCode\n重建 rawCode 的后缀检查器\nprimitive recursive != polynomial time\n原始递归不等于多项式时间", fillcolor="#f8d9d6", color="#a8443d", style="rounded,filled,dashed"];
    abstractgap [label="tail_gap / computable_gap input\n尾部间隙 / 可计算间隙输入\nassumes the lower bound（预设下界）", fillcolor="#f8d9d6", color="#a8443d", style="rounded,filled,dashed"];
    abstractupper [label="upper_provider input\n上界提供者输入\nassumes the Sondow bridge（预设索多桥）", fillcolor="#f8d9d6", color="#a8443d", style="rounded,filled,dashed"];
    unsimulated [label="Unproved Hilbert-system simulation\n未证明的 Hilbert 系统模拟\nwrong/uncalibrated proof measure\n错误或未校准的证明度量", fillcolor="#f8d9d6", color="#a8443d", style="rounded,filled,dashed"];
    graft [label="strengthened_to_partial / transfer_to_graft\n加强到部分 / 嫁接转移接口\ninterface packaging without source theorem\n只有接口包装、没有源定理", fillcolor="#f8d9d6", color="#a8443d", style="rounded,filled,dashed"];
    rejectednote [shape=note, label="弃用判据：编码伪影、循环输入、对象错位，\n或只给接口而没有根定理。\n本区域没有任何边连接最终碰撞定理。", fillcolor="#fff1f0", color="#a8443d"];

    rawgodel -> postfixraw [style=dotted, color="#a8443d"];
    abstractgap -> graft [style=dotted, color="#a8443d"];
    abstractupper -> graft [style=dotted, color="#a8443d"];
    unsimulated -> graft [style=dotted, color="#a8443d"];
    rejectednote -> graft [style=dotted, arrowhead=none, color="#a8443d"];
  }
}
